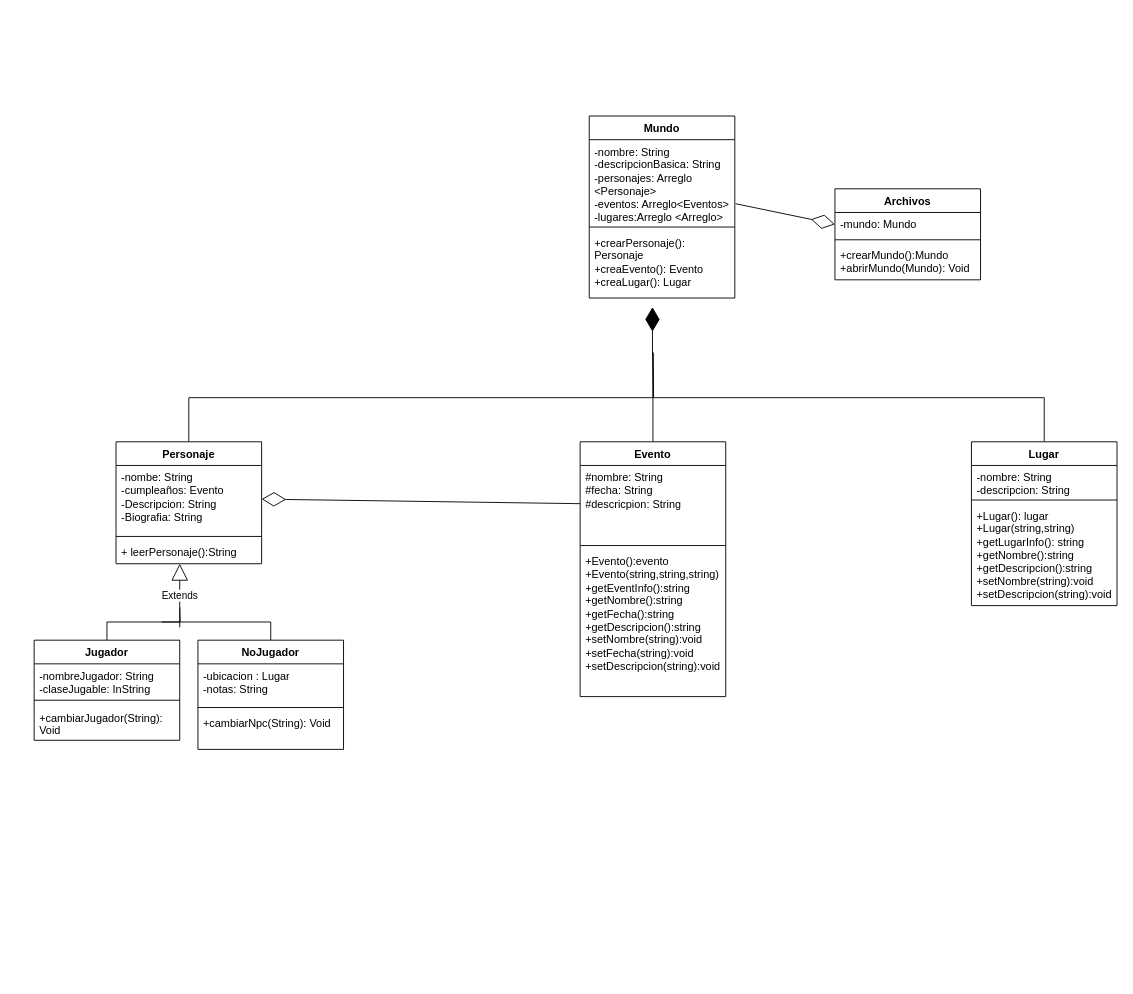
This is Diagrama sin título.drawio from Jh700wolf/Worldbuilding-tool, a draw.io file, before an edit. Source tidied: cells renumbered, new cells numbered last; positions are measured from the earlier drawing's top-left corner, leaving out a move shared by most shapes. Both pictures are drawn from the tidied source at 91%, with x=0, y=0 at pixel (34, 116).
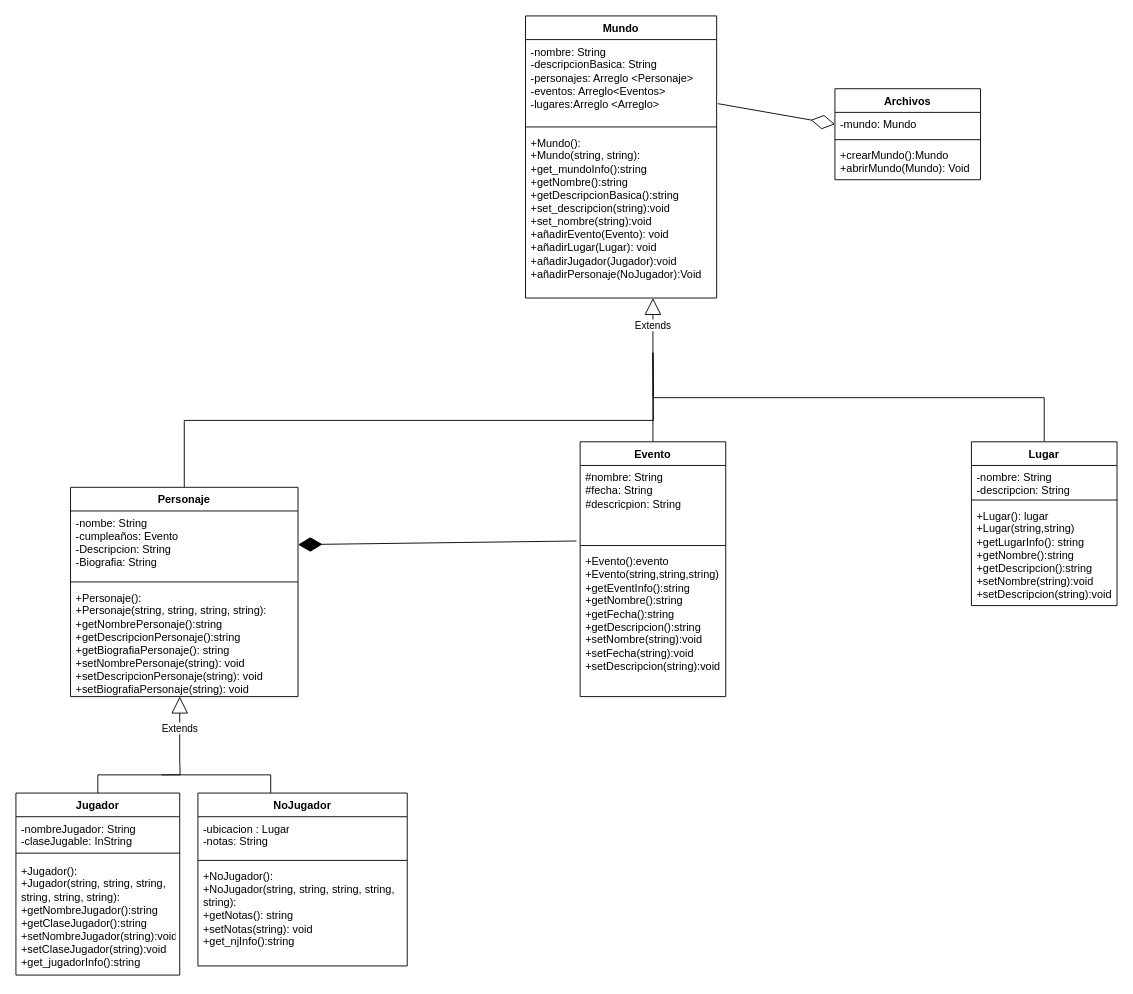
The same diagram, later.

Unchanged cells that the change refers to:
```xml
<mxCell id="13" value="#nombre: String&lt;br&gt;#fecha: String&lt;br&gt;#descricpion: String" style="text;strokeColor=none;fillColor=none;align=left;verticalAlign=top;spacingLeft=4;spacingRight=4;overflow=hidden;points=[[0,0.5],[1,0.5]];portConstraint=eastwest;whiteSpace=wrap;html=1;" parent="12" vertex="1">
  <mxGeometry y="26" width="160" height="84" as="geometry" />
</mxCell>
```

What changed in the source:
```diff
@@
     <mxCell id="2" value="Mundo" style="swimlane;fontStyle=1;align=center;verticalAlign=top;horizontal=1;startSize=26;whiteSpace=wrap;html=1;" parent="1" vertex="1">
-      <mxGeometry x="610" width="160" height="200" as="geometry" />
+      <mxGeometry x="540" y="-110" width="210" height="310" as="geometry" />
     </mxCell>
     <mxCell id="3" value="-nombre: String&lt;br&gt;-descripcionBasica: String&lt;br&gt;-personajes: Arreglo &amp;lt;Personaje&amp;gt;&lt;br&gt;-eventos: Arreglo&amp;lt;Eventos&amp;gt;&lt;br&gt;-lugares:Arreglo &amp;lt;Arreglo&amp;gt;" style="text;strokeColor=none;fillColor=none;align=left;verticalAlign=top;spacingLeft=4;spacingRight=4;overflow=hidden;points=[[0,0.5],[1,0.5]];portConstraint=eastwest;whiteSpace=wrap;html=1;" parent="2" vertex="1">
-      <mxGeometry y="26" width="160" height="92" as="geometry" />
+      <mxGeometry y="26" width="210" height="92" as="geometry" />
     </mxCell>
     <mxCell id="4" style="line;strokeWidth=1;fillColor=none;align=left;verticalAlign=middle;spacingTop=-1;spacingLeft=3;spacingRight=3;labelPosition=right;strokeColor=inherit;" parent="2" vertex="1">
-      <mxGeometry y="118" width="160" height="8" as="geometry" />
+      <mxGeometry y="118" width="210" height="8" as="geometry" />
     </mxCell>
-    <mxCell id="5" value="+crearPersonaje(): Personaje&lt;br&gt;+creaEvento(): Evento&lt;br&gt;+creaLugar(): Lugar" style="text;strokeColor=none;fillColor=none;align=left;verticalAlign=top;spacingLeft=4;spacingRight=4;overflow=hidden;whiteSpace=wrap;html=1;" parent="2" vertex="1">
-      <mxGeometry y="126" width="160" height="74" as="geometry" />
+    <mxCell id="5" value="+Mundo():&lt;br&gt;+Mundo(string, string):&lt;br&gt;+get_mundoInfo():string&lt;br&gt;+getNombre():string&lt;br&gt;+getDescripcionBasica():string&lt;br&gt;+set_descripcion(string):void&lt;br&gt;+set_nombre(string):void&lt;br&gt;+añadirEvento(Evento): void&lt;br&gt;+añadirLugar(Lugar): void&lt;br&gt;+añadirJugador(Jugador):void&lt;br&gt;+añadirPersonaje(NoJugador):Void&lt;br&gt;" style="text;strokeColor=none;fillColor=none;align=left;verticalAlign=top;spacingLeft=4;spacingRight=4;overflow=hidden;whiteSpace=wrap;html=1;" parent="2" vertex="1">
+      <mxGeometry y="126" width="210" height="184" as="geometry" />
     </mxCell>
@@
     <mxCell id="7" value="Personaje" style="swimlane;fontStyle=1;align=center;verticalAlign=top;horizontal=1;startSize=26;whiteSpace=wrap;html=1;" parent="1" vertex="1">
-      <mxGeometry x="90" y="358" width="160" height="134" as="geometry" />
+      <mxGeometry x="40" y="408" width="250" height="230" as="geometry" />
     </mxCell>
     <mxCell id="8" value="-nombe: String&lt;br&gt;-cumpleaños: Evento&lt;br&gt;-Descripcion: String&lt;br&gt;-Biografia: String" style="text;strokeColor=none;fillColor=none;align=left;verticalAlign=top;spacingLeft=4;spacingRight=4;overflow=hidden;points=[[0,0.5],[1,0.5]];portConstraint=eastwest;whiteSpace=wrap;html=1;" parent="7" vertex="1">
-      <mxGeometry y="26" width="160" height="74" as="geometry" />
+      <mxGeometry y="26" width="250" height="74" as="geometry" />
     </mxCell>
     <mxCell id="9" style="line;strokeWidth=1;fillColor=none;align=left;verticalAlign=middle;spacingTop=-1;spacingLeft=3;spacingRight=3;labelPosition=right;strokeColor=inherit;" parent="7" vertex="1">
-      <mxGeometry y="100" width="160" height="8" as="geometry" />
+      <mxGeometry y="100" width="250" height="8" as="geometry" />
     </mxCell>
-    <mxCell id="10" value="+ leerPersonaje():String" style="text;strokeColor=none;fillColor=none;align=left;verticalAlign=top;spacingLeft=4;spacingRight=4;overflow=hidden;whiteSpace=wrap;html=1;" parent="7" vertex="1">
-      <mxGeometry y="108" width="160" height="26" as="geometry" />
+    <mxCell id="10" value="+Personaje():&lt;br&gt;+Personaje(string, string, string, string):&lt;br&gt;+getNombrePersonaje():string&lt;br&gt;+getDescripcionPersonaje():string&lt;br&gt;+getBiografiaPersonaje(): string&lt;br&gt;+setNombrePersonaje(string): void&lt;br style=&quot;border-color: var(--border-color);&quot;&gt;+setDescripcionPersonaje(string): void&lt;br style=&quot;border-color: var(--border-color);&quot;&gt;+setBiografiaPersonaje(string): void" style="text;strokeColor=none;fillColor=none;align=left;verticalAlign=top;spacingLeft=4;spacingRight=4;overflow=hidden;whiteSpace=wrap;html=1;" parent="7" vertex="1">
+      <mxGeometry y="108" width="250" height="122" as="geometry" />
     </mxCell>
@@
-    <mxCell id="21" style="endArrow=diamondThin;endFill=1;endSize=24;html=1;rounded=0;entryX=0.519;entryY=1.115;entryDx=0;entryDy=0;entryPerimeter=0;" parent="1" edge="1">
-      <mxGeometry relative="1" as="geometry">
-        <mxPoint x="679.5" y="261" as="sourcePoint" />
-        <mxPoint x="679.5" y="210" as="targetPoint" />
-      </mxGeometry>
-    </mxCell>
-    <mxCell id="22" style="endArrow=diamondThin;endFill=0;endSize=24;html=1;rounded=0;exitX=0;exitY=0.5;exitDx=0;exitDy=0;entryX=1;entryY=0.5;entryDx=0;entryDy=0;" parent="1" edge="1" source="13" target="8">
-      <mxGeometry relative="1" as="geometry" />
-    </mxCell>
     <mxCell id="23" value="Archivos" style="swimlane;fontStyle=1;align=center;verticalAlign=top;horizontal=1;startSize=26;whiteSpace=wrap;html=1;" parent="1" vertex="1">
-      <mxGeometry x="880" y="80" width="160" height="100" as="geometry" />
+      <mxGeometry x="880" y="-30" width="160" height="100" as="geometry" />
     </mxCell>
@@
     <mxCell id="28" style="edgeStyle=orthogonalEdgeStyle;rounded=0;orthogonalLoop=1;jettySize=auto;html=1;endArrow=none;endFill=0;" parent="1" edge="1">
       <mxGeometry relative="1" as="geometry">
-        <mxPoint x="260" y="576" as="sourcePoint" />
-        <mxPoint x="140" y="556" as="targetPoint" />
+        <mxPoint x="260" y="744" as="sourcePoint" />
+        <mxPoint x="140" y="724" as="targetPoint" />
         <Array as="points">
-          <mxPoint x="260" y="556" />
+          <mxPoint x="260" y="724" />
         </Array>
       </mxGeometry>
     </mxCell>
     <mxCell id="29" value="Extends" style="endArrow=block;endSize=16;endFill=0;html=1;rounded=0;" parent="1" edge="1">
       <mxGeometry relative="1" as="geometry">
-        <mxPoint x="160" y="562" as="sourcePoint" />
-        <mxPoint x="160" y="492" as="targetPoint" />
+        <mxPoint x="160" y="708" as="sourcePoint" />
+        <mxPoint x="160" y="638" as="targetPoint" />
       </mxGeometry>
     </mxCell>
     <mxCell id="30" style="edgeStyle=orthogonalEdgeStyle;rounded=0;jettySize=auto;html=1;exitX=0.5;exitY=0;exitDx=0;exitDy=0;endArrow=none;endFill=0;" parent="1" edge="1" source="31">
       <mxGeometry relative="1" as="geometry">
-        <mxPoint x="160" y="540" as="targetPoint" />
+        <mxPoint x="160" y="708" as="targetPoint" />
       </mxGeometry>
     </mxCell>
     <mxCell id="31" value="Jugador" style="swimlane;fontStyle=1;align=center;verticalAlign=top;horizontal=1;startSize=26;whiteSpace=wrap;html=1;" parent="1" vertex="1">
-      <mxGeometry y="576" width="160" height="110" as="geometry" />
+      <mxGeometry x="-20" y="744" width="180" height="200" as="geometry" />
     </mxCell>
     <mxCell id="32" value="-nombreJugador: String&lt;br style=&quot;border-color: var(--border-color);&quot;&gt;-claseJugable: InString" style="text;strokeColor=none;fillColor=none;align=left;verticalAlign=top;spacingLeft=4;spacingRight=4;overflow=hidden;whiteSpace=wrap;html=1;" parent="31" vertex="1">
-      <mxGeometry y="26" width="160" height="34" as="geometry" />
+      <mxGeometry y="26" width="180" height="34" as="geometry" />
     </mxCell>
     <mxCell id="33" style="line;strokeWidth=1;fillColor=none;align=left;verticalAlign=middle;spacingTop=-1;spacingLeft=3;spacingRight=3;labelPosition=right;strokeColor=inherit;" parent="31" vertex="1">
-      <mxGeometry y="60" width="160" height="12" as="geometry" />
+      <mxGeometry y="60" width="180" height="12" as="geometry" />
     </mxCell>
-    <mxCell id="34" value="+cambiarJugador(String): Void" style="text;strokeColor=none;fillColor=none;align=left;verticalAlign=top;spacingLeft=4;spacingRight=4;overflow=hidden;whiteSpace=wrap;html=1;" parent="31" vertex="1">
-      <mxGeometry y="72" width="160" height="38" as="geometry" />
+    <mxCell id="34" value="+Jugador():&lt;br&gt;+Jugador(string, string, string, string, string, string):&lt;br&gt;+getNombreJugador():string&lt;br&gt;+getClaseJugador():string&lt;br&gt;+setNombreJugador(string):void&lt;br&gt;+setClaseJugador(string):void&lt;br&gt;+get_jugadorInfo():string" style="text;strokeColor=none;fillColor=none;align=left;verticalAlign=top;spacingLeft=4;spacingRight=4;overflow=hidden;whiteSpace=wrap;html=1;" parent="31" vertex="1">
+      <mxGeometry y="72" width="180" height="128" as="geometry" />
     </mxCell>
     <mxCell id="35" value="NoJugador" style="swimlane;fontStyle=1;align=center;verticalAlign=top;horizontal=1;startSize=26;whiteSpace=wrap;html=1;" parent="1" vertex="1">
-      <mxGeometry x="180" y="576" width="160" height="120" as="geometry" />
+      <mxGeometry x="180" y="744" width="230" height="190" as="geometry" />
     </mxCell>
     <mxCell id="36" value="-ubicacion : Lugar&lt;br&gt;-notas: String" style="text;strokeColor=none;fillColor=none;align=left;verticalAlign=top;spacingLeft=4;spacingRight=4;overflow=hidden;whiteSpace=wrap;html=1;" parent="35" vertex="1">
-      <mxGeometry y="26" width="160" height="44" as="geometry" />
+      <mxGeometry y="26" width="230" height="44" as="geometry" />
     </mxCell>
     <mxCell id="37" style="line;strokeWidth=1;fillColor=none;align=left;verticalAlign=middle;spacingTop=-1;spacingLeft=3;spacingRight=3;labelPosition=right;strokeColor=inherit;" parent="35" vertex="1">
-      <mxGeometry y="70" width="160" height="8" as="geometry" />
+      <mxGeometry y="70" width="230" height="8" as="geometry" />
     </mxCell>
-    <mxCell id="38" value="+cambiarNpc(String): Void" style="text;strokeColor=none;fillColor=none;align=left;verticalAlign=top;spacingLeft=4;spacingRight=4;overflow=hidden;whiteSpace=wrap;html=1;" parent="35" vertex="1">
-      <mxGeometry y="78" width="160" height="42" as="geometry" />
+    <mxCell id="38" value="+NoJugador():&lt;br&gt;+NoJugador(string, string, string, string, string):&lt;br&gt;+getNotas(): string&lt;br&gt;+setNotas(string): void&lt;br&gt;+get_njInfo():string" style="text;strokeColor=none;fillColor=none;align=left;verticalAlign=top;spacingLeft=4;spacingRight=4;overflow=hidden;whiteSpace=wrap;html=1;" parent="35" vertex="1">
+      <mxGeometry y="78" width="230" height="112" as="geometry" />
     </mxCell>
+    <mxCell id="39" value="Extends" style="endArrow=block;endSize=16;endFill=0;html=1;rounded=0;" parent="1" edge="1">
+      <mxGeometry relative="1" as="geometry">
+        <mxPoint x="680" y="260" as="sourcePoint" />
+        <mxPoint x="680" y="200" as="targetPoint" />
+      </mxGeometry>
+    </mxCell>
+    <mxCell id="22" style="endArrow=diamondThin;endFill=1;endSize=24;html=1;rounded=0;exitX=-0.025;exitY=0.988;exitDx=0;exitDy=0;exitPerimeter=0;entryX=1;entryY=0.5;entryDx=0;entryDy=0;" parent="1" edge="1" source="13" target="8">
+      <mxGeometry relative="1" as="geometry" />
+    </mxCell>
```
